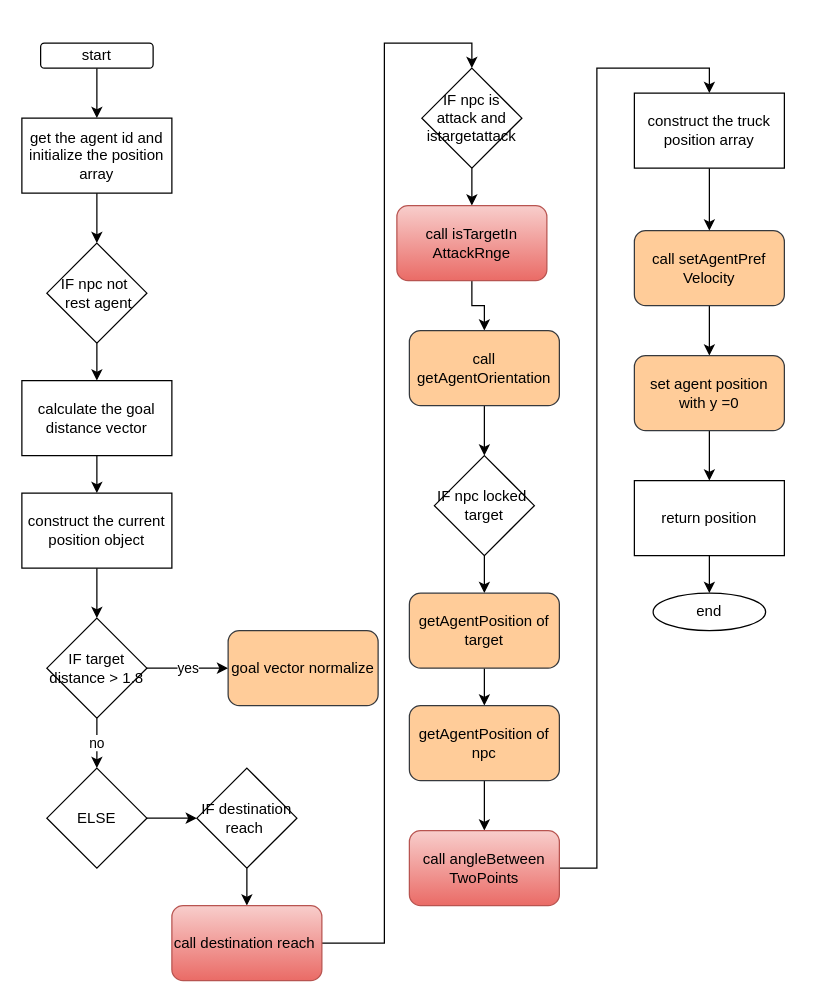
sivagit/diagrams keeps this draw.io diagram as vehicle/update.drawio. Above is the earlier version. Source tidied: cells renumbered, new cells numbered last; positions are measured from the earlier drawing's top-left corner, leaving out a move shared by most shapes. Both pictures are drawn from the tidied source at 125%, with x=0, y=0 at pixel (21, 42).
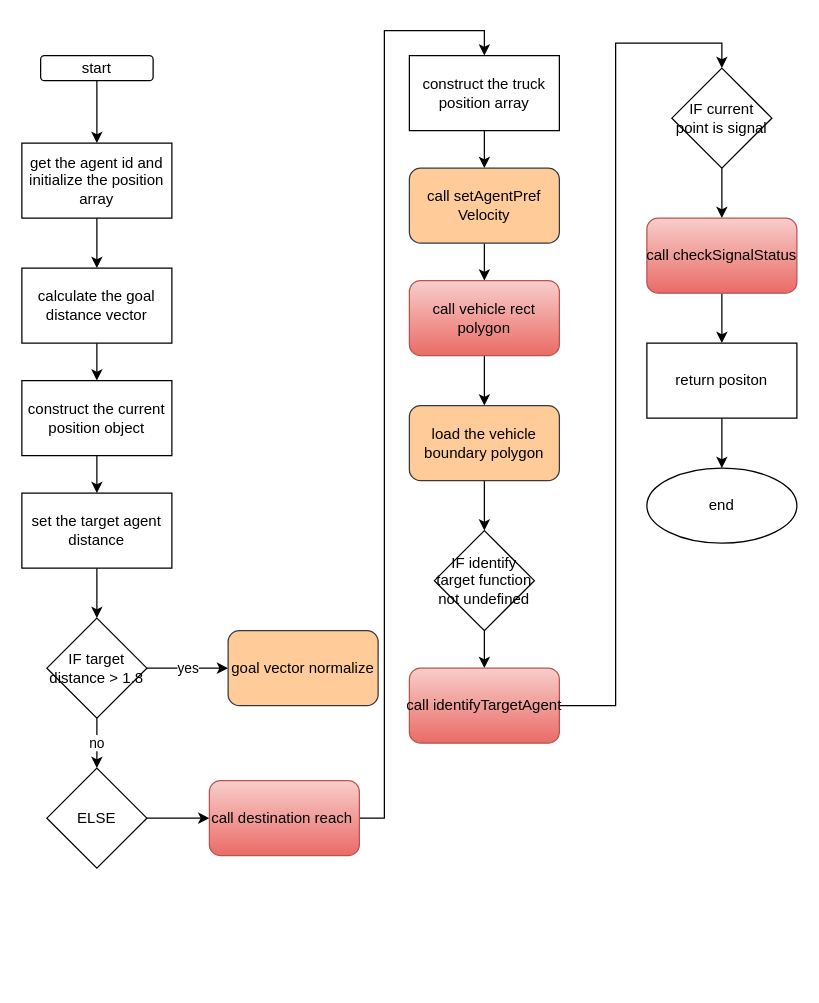
The same page after the edit.

Unchanged cells that the change refers to:
```xml
<mxCell id="5" value="IF target distance &amp;gt; 1.8" style="rhombus;whiteSpace=wrap;html=1;rounded=0;" parent="1" vertex="1">
  <mxGeometry x="20" y="460" width="80" height="80" as="geometry" />
</mxCell>
<mxCell id="9" value="ELSE" style="rhombus;whiteSpace=wrap;html=1;rounded=0;" parent="1" vertex="1">
  <mxGeometry x="20" y="580" width="80" height="80" as="geometry" />
</mxCell>
```

The edit, as a diff of the source:
```diff
@@
     <mxCell id="3" value="calculate the goal distance vector" style="whiteSpace=wrap;html=1;rounded=0;" parent="1" vertex="1">
-      <mxGeometry y="270" width="120" height="60" as="geometry" />
+      <mxGeometry y="180" width="120" height="60" as="geometry" />
     </mxCell>
@@
-    <mxCell id="8" style="edgeStyle=orthogonalEdgeStyle;rounded=0;jettySize=auto;html=1;" parent="1" edge="1" source="9" target="26">
-      <mxGeometry relative="1" as="geometry" />
-    </mxCell>
+    <mxCell id="45" style="edgeStyle=orthogonalEdgeStyle;rounded=0;jettySize=auto;html=1;" parent="1" edge="1" source="9" target="28">
+      <mxGeometry relative="1" as="geometry" />
+    </mxCell>
@@
-    <mxCell id="10" style="edgeStyle=orthogonalEdgeStyle;rounded=0;jettySize=auto;html=1;" parent="1" edge="1" source="11" target="44">
-      <mxGeometry relative="1" as="geometry" />
-    </mxCell>
-    <mxCell id="11" value="call&amp;nbsp;setAgentPref&lt;br&gt;Velocity" style="rounded=1;whiteSpace=wrap;html=1;fillColor=#ffcc99;strokeColor=#36393d;" parent="1" vertex="1">
-      <mxGeometry x="490" y="150" width="120" height="60" as="geometry" />
-    </mxCell>
+    <mxCell id="46" style="edgeStyle=orthogonalEdgeStyle;rounded=0;jettySize=auto;html=1;" parent="1" edge="1" source="20" target="3">
+      <mxGeometry relative="1" as="geometry" />
+    </mxCell>
+    <mxCell id="20" value="get the agent id and initialize the position&lt;br&gt;array" style="rounded=0;whiteSpace=wrap;html=1;" parent="1" vertex="1">
+      <mxGeometry y="80" width="120" height="60" as="geometry" />
+    </mxCell>
+    <mxCell id="47" style="edgeStyle=orthogonalEdgeStyle;rounded=0;jettySize=auto;html=1;" parent="1" edge="1" source="24" target="50">
+      <mxGeometry relative="1" as="geometry" />
+    </mxCell>
+    <mxCell id="24" value="construct the current position object" style="whiteSpace=wrap;html=1;rounded=0;" parent="1" vertex="1">
+      <mxGeometry y="270" width="120" height="60" as="geometry" />
+    </mxCell>
+    <mxCell id="48" style="edgeStyle=orthogonalEdgeStyle;rounded=0;jettySize=auto;html=1;entryX=0.5;entryY=0;entryDx=0;entryDy=0;" parent="1" edge="1" source="28" target="13">
+      <mxGeometry relative="1" as="geometry" />
+    </mxCell>
+    <mxCell id="28" value="call destination reach&amp;nbsp;" style="rounded=1;whiteSpace=wrap;html=1;fillColor=#f8cecc;gradientColor=#ea6b66;strokeColor=#b85450;" parent="1" vertex="1">
+      <mxGeometry x="150" y="590" width="120" height="60" as="geometry" />
+    </mxCell>
+    <mxCell id="17" style="edgeStyle=orthogonalEdgeStyle;rounded=0;jettySize=auto;html=1;" parent="1" edge="1" source="18" target="20">
+      <mxGeometry relative="1" as="geometry" />
+    </mxCell>
+    <mxCell id="18" value="start" style="rounded=1;whiteSpace=wrap;html=1;" parent="1" vertex="1">
+      <mxGeometry x="15" y="10" width="90" height="20" as="geometry" />
+    </mxCell>
+    <mxCell id="49" style="edgeStyle=orthogonalEdgeStyle;rounded=0;jettySize=auto;html=1;" parent="1" edge="1" source="50" target="5">
+      <mxGeometry relative="1" as="geometry" />
+    </mxCell>
+    <mxCell id="50" value="set the target agent distance" style="whiteSpace=wrap;html=1;rounded=0;" parent="1" vertex="1">
+      <mxGeometry y="360" width="120" height="60" as="geometry" />
+    </mxCell>
@@
     <mxCell id="13" value="construct the truck position array" style="whiteSpace=wrap;html=1;rounded=0;" parent="1" vertex="1">
-      <mxGeometry x="490" y="40" width="120" height="60" as="geometry" />
+      <mxGeometry x="310" y="10" width="120" height="60" as="geometry" />
     </mxCell>
-    <mxCell id="14" style="edgeStyle=orthogonalEdgeStyle;rounded=0;jettySize=auto;html=1;" parent="1" edge="1" source="15" target="16">
-      <mxGeometry relative="1" as="geometry" />
-    </mxCell>
-    <mxCell id="15" value="return position" style="whiteSpace=wrap;html=1;rounded=0;" parent="1" vertex="1">
-      <mxGeometry x="490" y="350" width="120" height="60" as="geometry" />
-    </mxCell>
+    <mxCell id="51" style="edgeStyle=orthogonalEdgeStyle;rounded=0;jettySize=auto;html=1;" parent="1" edge="1" source="11" target="53">
+      <mxGeometry relative="1" as="geometry" />
+    </mxCell>
+    <mxCell id="11" value="call&amp;nbsp;setAgentPref&lt;br&gt;Velocity" style="rounded=1;whiteSpace=wrap;html=1;fillColor=#ffcc99;strokeColor=#36393d;" parent="1" vertex="1">
+      <mxGeometry x="310" y="100" width="120" height="60" as="geometry" />
+    </mxCell>
+    <mxCell id="52" style="edgeStyle=orthogonalEdgeStyle;rounded=0;jettySize=auto;html=1;" parent="1" edge="1" source="53" target="55">
+      <mxGeometry relative="1" as="geometry" />
+    </mxCell>
+    <mxCell id="53" value="call vehicle rect polygon" style="rounded=1;whiteSpace=wrap;html=1;fillColor=#f8cecc;gradientColor=#ea6b66;strokeColor=#b85450;" parent="1" vertex="1">
+      <mxGeometry x="310" y="190" width="120" height="60" as="geometry" />
+    </mxCell>
+    <mxCell id="54" style="edgeStyle=orthogonalEdgeStyle;rounded=0;jettySize=auto;html=1;" parent="1" edge="1" source="55" target="57">
+      <mxGeometry relative="1" as="geometry" />
+    </mxCell>
+    <mxCell id="55" value="load the vehicle boundary polygon" style="rounded=1;whiteSpace=wrap;html=1;fillColor=#ffcc99;strokeColor=#36393d;" parent="1" vertex="1">
+      <mxGeometry x="310" y="290" width="120" height="60" as="geometry" />
+    </mxCell>
+    <mxCell id="56" style="edgeStyle=orthogonalEdgeStyle;rounded=0;jettySize=auto;html=1;" parent="1" edge="1" source="57" target="59">
+      <mxGeometry relative="1" as="geometry" />
+    </mxCell>
+    <mxCell id="57" value="IF identify target function not undefined" style="rhombus;whiteSpace=wrap;html=1;" parent="1" vertex="1">
+      <mxGeometry x="330" y="390" width="80" height="80" as="geometry" />
+    </mxCell>
+    <mxCell id="58" style="edgeStyle=orthogonalEdgeStyle;rounded=0;jettySize=auto;html=1;entryX=0.5;entryY=0;entryDx=0;entryDy=0;" parent="1" edge="1" source="59" target="61">
+      <mxGeometry relative="1" as="geometry" />
+    </mxCell>
+    <mxCell id="59" value="call&amp;nbsp;identifyTargetAgent" style="rounded=1;whiteSpace=wrap;html=1;fillColor=#f8cecc;gradientColor=#ea6b66;strokeColor=#b85450;" parent="1" vertex="1">
+      <mxGeometry x="310" y="500" width="120" height="60" as="geometry" />
+    </mxCell>
+    <mxCell id="60" style="edgeStyle=orthogonalEdgeStyle;rounded=0;jettySize=auto;html=1;" parent="1" edge="1" source="61" target="63">
+      <mxGeometry relative="1" as="geometry" />
+    </mxCell>
+    <mxCell id="61" value="IF current point is signal" style="rhombus;whiteSpace=wrap;html=1;" parent="1" vertex="1">
+      <mxGeometry x="520" y="20" width="80" height="80" as="geometry" />
+    </mxCell>
+    <mxCell id="62" style="edgeStyle=orthogonalEdgeStyle;rounded=0;jettySize=auto;html=1;" parent="1" edge="1" source="63">
+      <mxGeometry relative="1" as="geometry">
+        <mxPoint x="560" y="240" as="targetPoint" />
+      </mxGeometry>
+    </mxCell>
+    <mxCell id="63" value="call&amp;nbsp;checkSignalStatus" style="rounded=1;whiteSpace=wrap;html=1;fillColor=#f8cecc;gradientColor=#ea6b66;strokeColor=#b85450;" parent="1" vertex="1">
+      <mxGeometry x="500" y="140" width="120" height="60" as="geometry" />
+    </mxCell>
+    <mxCell id="64" style="edgeStyle=orthogonalEdgeStyle;rounded=0;jettySize=auto;html=1;" parent="1" edge="1" source="65" target="16">
+      <mxGeometry relative="1" as="geometry" />
+    </mxCell>
+    <mxCell id="65" value="return positon" style="rounded=0;whiteSpace=wrap;html=1;" parent="1" vertex="1">
+      <mxGeometry x="500" y="240" width="120" height="60" as="geometry" />
+    </mxCell>
     <mxCell id="16" value="end" style="ellipse;whiteSpace=wrap;html=1;rounded=0;" parent="1" vertex="1">
-      <mxGeometry x="505" y="440" width="90" height="30" as="geometry" />
+      <mxGeometry x="500" y="340" width="120" height="60" as="geometry" />
     </mxCell>
-    <mxCell id="17" style="edgeStyle=orthogonalEdgeStyle;rounded=0;jettySize=auto;html=1;" parent="1" edge="1" source="18" target="20">
-      <mxGeometry relative="1" as="geometry" />
-    </mxCell>
-    <mxCell id="18" value="start" style="rounded=1;whiteSpace=wrap;html=1;" parent="1" vertex="1">
-      <mxGeometry x="15" width="90" height="20" as="geometry" />
-    </mxCell>
-    <mxCell id="19" style="edgeStyle=orthogonalEdgeStyle;rounded=0;jettySize=auto;html=1;" parent="1" edge="1" source="20" target="22">
-      <mxGeometry relative="1" as="geometry" />
-    </mxCell>
-    <mxCell id="20" value="get the agent id and initialize the position&lt;br&gt;array" style="rounded=0;whiteSpace=wrap;html=1;" parent="1" vertex="1">
-      <mxGeometry y="60" width="120" height="60" as="geometry" />
-    </mxCell>
-    <mxCell id="21" style="edgeStyle=orthogonalEdgeStyle;rounded=0;jettySize=auto;html=1;" parent="1" edge="1" source="22" target="3">
-      <mxGeometry relative="1" as="geometry" />
-    </mxCell>
-    <mxCell id="22" value="IF npc not&amp;nbsp; &amp;nbsp;rest agent" style="rhombus;whiteSpace=wrap;html=1;" parent="1" vertex="1">
-      <mxGeometry x="20" y="160" width="80" height="80" as="geometry" />
-    </mxCell>
-    <mxCell id="23" style="edgeStyle=orthogonalEdgeStyle;rounded=0;jettySize=auto;html=1;" parent="1" edge="1" source="24" target="5">
-      <mxGeometry relative="1" as="geometry" />
-    </mxCell>
-    <mxCell id="24" value="construct the current position object" style="whiteSpace=wrap;html=1;rounded=0;" parent="1" vertex="1">
-      <mxGeometry y="360" width="120" height="60" as="geometry" />
-    </mxCell>
-    <mxCell id="25" style="edgeStyle=orthogonalEdgeStyle;rounded=0;jettySize=auto;html=1;" parent="1" edge="1" source="26" target="28">
-      <mxGeometry relative="1" as="geometry" />
-    </mxCell>
-    <mxCell id="26" value="IF destination reach&amp;nbsp;" style="rhombus;whiteSpace=wrap;html=1;rounded=0;" parent="1" vertex="1">
-      <mxGeometry x="140" y="580" width="80" height="80" as="geometry" />
-    </mxCell>
-    <mxCell id="27" style="edgeStyle=orthogonalEdgeStyle;rounded=0;jettySize=auto;html=1;entryX=0.5;entryY=0;entryDx=0;entryDy=0;" parent="1" edge="1" source="28" target="30">
-      <mxGeometry relative="1" as="geometry">
-        <Array as="points">
-          <mxPoint x="290" y="720" />
-          <mxPoint x="290" />
-          <mxPoint x="360" />
-        </Array>
-      </mxGeometry>
-    </mxCell>
-    <mxCell id="28" value="call destination reach&amp;nbsp;" style="rounded=1;whiteSpace=wrap;html=1;fillColor=#f8cecc;gradientColor=#ea6b66;strokeColor=#b85450;" parent="1" vertex="1">
-      <mxGeometry x="120" y="690" width="120" height="60" as="geometry" />
-    </mxCell>
-    <mxCell id="29" style="edgeStyle=orthogonalEdgeStyle;rounded=0;jettySize=auto;html=1;" parent="1" edge="1" source="30" target="32">
-      <mxGeometry relative="1" as="geometry" />
-    </mxCell>
-    <mxCell id="30" value="IF npc is attack and istargetattack" style="rhombus;whiteSpace=wrap;html=1;" parent="1" vertex="1">
-      <mxGeometry x="320" y="20" width="80" height="80" as="geometry" />
-    </mxCell>
-    <mxCell id="31" style="edgeStyle=orthogonalEdgeStyle;rounded=0;jettySize=auto;html=1;" parent="1" edge="1" source="32" target="34">
-      <mxGeometry relative="1" as="geometry" />
-    </mxCell>
-    <mxCell id="32" value="call&amp;nbsp;isTargetIn&lt;br&gt;AttackRnge" style="rounded=1;whiteSpace=wrap;html=1;fillColor=#f8cecc;gradientColor=#ea6b66;strokeColor=#b85450;" parent="1" vertex="1">
-      <mxGeometry x="300" y="130" width="120" height="60" as="geometry" />
-    </mxCell>
-    <mxCell id="33" style="edgeStyle=orthogonalEdgeStyle;rounded=0;jettySize=auto;html=1;" parent="1" edge="1" source="34" target="36">
-      <mxGeometry relative="1" as="geometry" />
-    </mxCell>
-    <mxCell id="34" value="call getAgentOrientation" style="rounded=1;whiteSpace=wrap;html=1;fillColor=#ffcc99;strokeColor=#36393d;" parent="1" vertex="1">
-      <mxGeometry x="310" y="230" width="120" height="60" as="geometry" />
-    </mxCell>
-    <mxCell id="35" style="edgeStyle=orthogonalEdgeStyle;rounded=0;jettySize=auto;html=1;" parent="1" edge="1" source="36" target="38">
-      <mxGeometry relative="1" as="geometry" />
-    </mxCell>
-    <mxCell id="36" value="IF npc locked&amp;nbsp; target" style="rhombus;whiteSpace=wrap;html=1;" parent="1" vertex="1">
-      <mxGeometry x="330" y="330" width="80" height="80" as="geometry" />
-    </mxCell>
-    <mxCell id="37" style="edgeStyle=orthogonalEdgeStyle;rounded=0;jettySize=auto;html=1;" parent="1" edge="1" source="38" target="40">
-      <mxGeometry relative="1" as="geometry" />
-    </mxCell>
-    <mxCell id="38" value="getAgentPosition of target" style="rounded=1;whiteSpace=wrap;html=1;fillColor=#ffcc99;strokeColor=#36393d;" parent="1" vertex="1">
-      <mxGeometry x="310" y="440" width="120" height="60" as="geometry" />
-    </mxCell>
-    <mxCell id="39" style="edgeStyle=orthogonalEdgeStyle;rounded=0;jettySize=auto;html=1;" parent="1" edge="1" source="40" target="42">
-      <mxGeometry relative="1" as="geometry" />
-    </mxCell>
-    <mxCell id="40" value="getAgentPosition of npc" style="rounded=1;whiteSpace=wrap;html=1;fillColor=#ffcc99;strokeColor=#36393d;" parent="1" vertex="1">
-      <mxGeometry x="310" y="530" width="120" height="60" as="geometry" />
-    </mxCell>
-    <mxCell id="41" style="edgeStyle=orthogonalEdgeStyle;rounded=0;jettySize=auto;html=1;entryX=0.5;entryY=0;entryDx=0;entryDy=0;" parent="1" edge="1" source="42" target="13">
-      <mxGeometry relative="1" as="geometry" />
-    </mxCell>
-    <mxCell id="42" value="call&amp;nbsp;angleBetween&lt;br&gt;TwoPoints" style="rounded=1;whiteSpace=wrap;html=1;fillColor=#f8cecc;gradientColor=#ea6b66;strokeColor=#b85450;" parent="1" vertex="1">
-      <mxGeometry x="310" y="630" width="120" height="60" as="geometry" />
-    </mxCell>
-    <mxCell id="43" style="edgeStyle=orthogonalEdgeStyle;rounded=0;jettySize=auto;html=1;" parent="1" edge="1" source="44" target="15">
-      <mxGeometry relative="1" as="geometry" />
-    </mxCell>
-    <mxCell id="44" value="set agent position with y =0" style="rounded=1;whiteSpace=wrap;html=1;fillColor=#ffcc99;strokeColor=#36393d;" parent="1" vertex="1">
-      <mxGeometry x="490" y="250" width="120" height="60" as="geometry" />
-    </mxCell>
```
